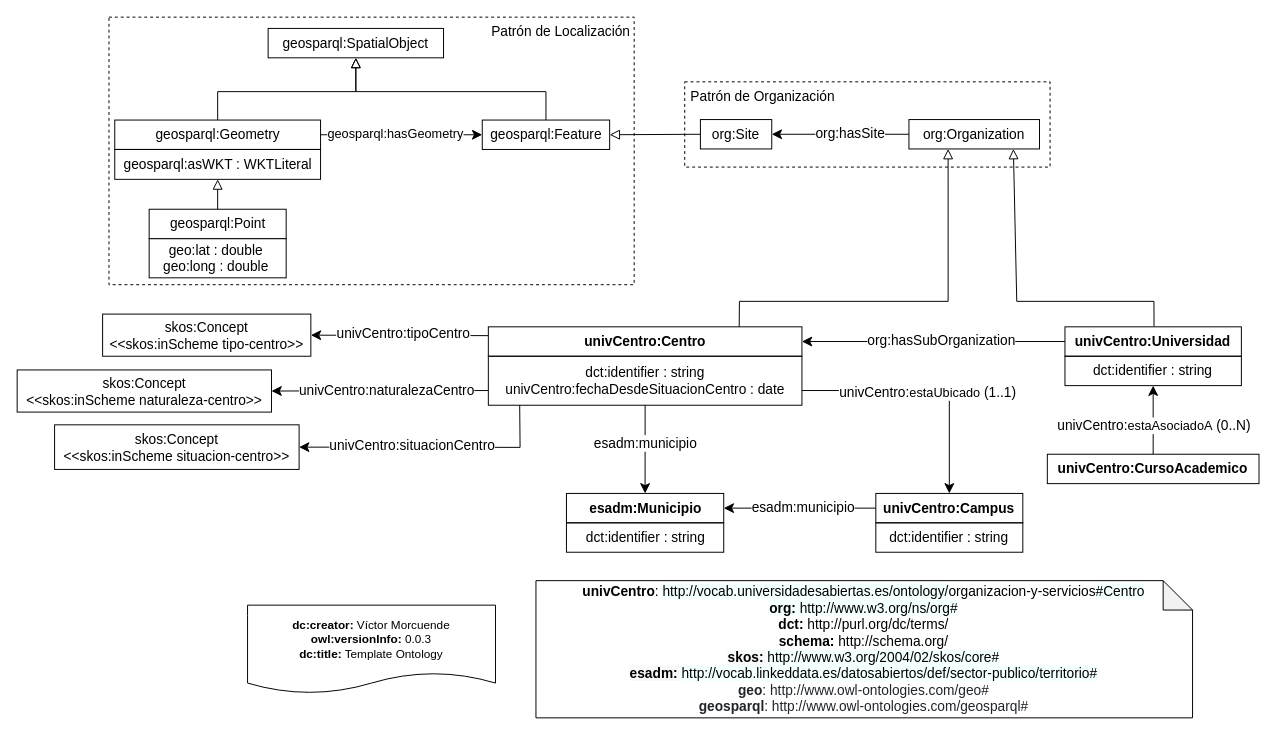
The draw.io diagram vocab-centros/Centro Diagrama_v3.drawio in openuniversitydata/organizacion-y-servicios, before the edit. Source tidied: cells renumbered, new cells numbered last; positions are measured from the earlier drawing's top-left corner, leaving out a move shared by most shapes. Both pictures are drawn from the tidied source at 98%, with x=0, y=0 at pixel (17, 17).
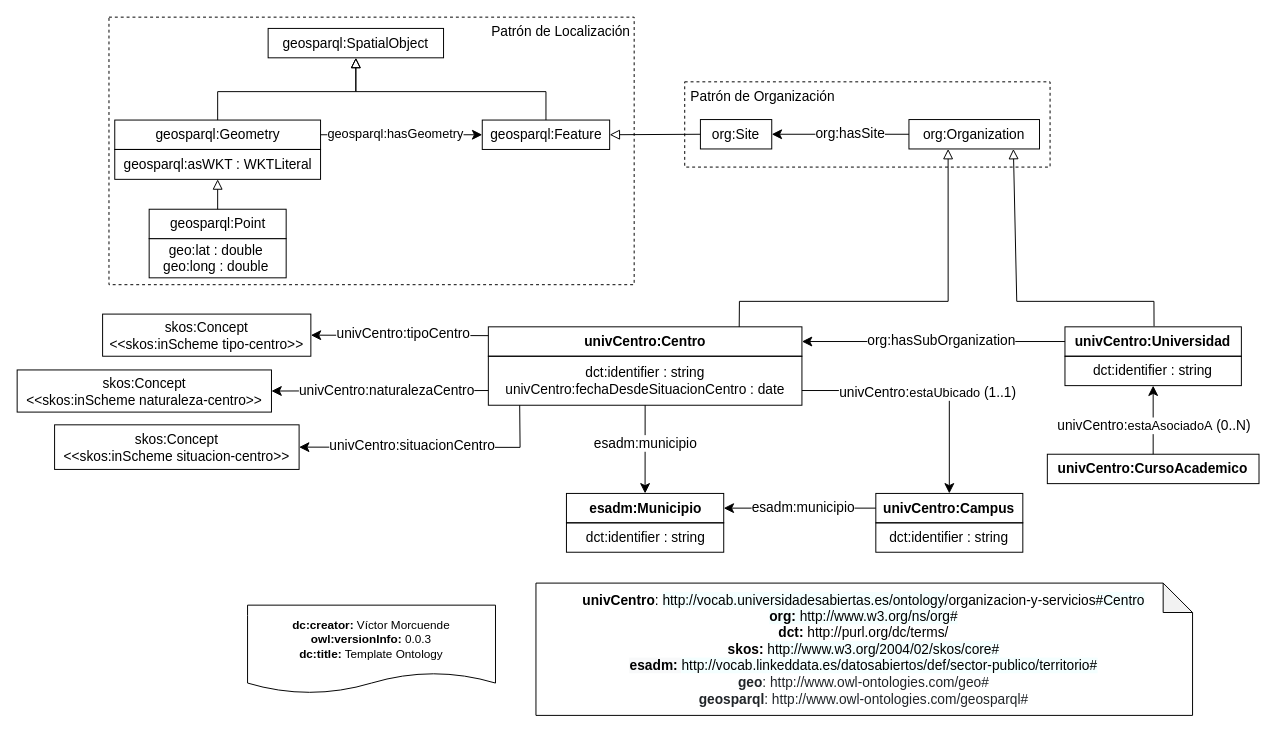
The same page after the edit.

Diff of the diagram source:
```diff
@@
-    <mxCell id="10" value="&lt;div&gt;&lt;font style=&quot;font-size: 14px&quot;&gt;&lt;b&gt;univCentro&lt;/b&gt;:&amp;nbsp;&lt;span style=&quot;text-align: left ; background-color: rgb(244 , 255 , 255)&quot;&gt;http://vocab.universidadesabiertas.es/ontology/&lt;/span&gt;organizacion-y-servicios&lt;span style=&quot;background-color: rgb(244 , 255 , 255)&quot;&gt;#Centro&lt;/span&gt;&lt;/font&gt;&lt;/div&gt;&lt;div&gt;&lt;font style=&quot;font-size: 14px&quot;&gt;&lt;span style=&quot;background-color: rgb(244 , 255 , 255)&quot;&gt;&lt;b&gt;org: &lt;/b&gt;http://www.w3.org/ns/org#&lt;/span&gt;&lt;/font&gt;&lt;/div&gt;&lt;div&gt;&lt;b&gt;dct: &lt;/b&gt;http://purl.org/dc/terms/&lt;br&gt;&lt;/div&gt;&lt;div&gt;&lt;b&gt;schema:&lt;/b&gt; http://schema.org/&lt;/div&gt;&lt;div&gt;&lt;/div&gt;&lt;span style=&quot;text-align: left&quot;&gt;&lt;div style=&quot;text-align: center&quot;&gt;&lt;span style=&quot;background-color: rgb(248 , 249 , 250)&quot;&gt;&lt;b&gt;skos:&amp;nbsp;&lt;/b&gt;&lt;/span&gt;&lt;span style=&quot;background-color: rgb(244 , 255 , 255)&quot;&gt;http://www.w3.org/2004/02/skos/core#&lt;/span&gt;&lt;/div&gt;&lt;/span&gt;&lt;div&gt;&lt;/div&gt;&lt;span style=&quot;text-align: left&quot;&gt;&lt;div style=&quot;text-align: center&quot;&gt;&lt;span style=&quot;background-color: rgb(248 , 249 , 250)&quot;&gt;&lt;b&gt;esadm:&lt;/b&gt;&amp;nbsp;&lt;/span&gt;&lt;span style=&quot;font-family: sans-serif ; background-color: rgb(244 , 255 , 255)&quot;&gt;http://vocab.linkeddata.es/datosabiertos/def/sector-publico/territorio#&lt;/span&gt;&lt;/div&gt;&lt;/span&gt;&lt;div&gt;&lt;font style=&quot;font-size: 14px&quot;&gt;&lt;span style=&quot;color: rgb(33 , 37 , 41) ; box-sizing: border-box&quot;&gt;&lt;b&gt;geo&lt;/b&gt;:&amp;nbsp;&lt;/span&gt;&lt;span style=&quot;color: rgb(33 , 37 , 41)&quot;&gt;http://www.owl-ontologies.com/geo#&lt;/span&gt;&lt;/font&gt;&lt;/div&gt;&lt;div&gt;&lt;font style=&quot;font-size: 14px&quot;&gt;&lt;span style=&quot;color: rgb(33 , 37 , 41) ; box-sizing: border-box&quot;&gt;&lt;b&gt;geosparql&lt;/b&gt;:&amp;nbsp;&lt;/span&gt;&lt;span style=&quot;color: rgb(33 , 37 , 41)&quot;&gt;http://www.owl-ontologies.com/geosparql#&lt;/span&gt;&lt;/font&gt;&lt;/div&gt;" style="shape=note;whiteSpace=wrap;html=1;backgroundOutline=1;darkOpacity=0.05;fontSize=14;fillColor=none;" parent="1" vertex="1">
-      <mxGeometry x="529.4" y="575" width="670" height="140" as="geometry" />
+    <mxCell id="10" value="&lt;div&gt;&lt;font style=&quot;font-size: 14px&quot;&gt;&lt;b&gt;univCentro&lt;/b&gt;:&amp;nbsp;&lt;span style=&quot;text-align: left ; background-color: rgb(244 , 255 , 255)&quot;&gt;http://vocab.universidadesabiertas.es/ontology/&lt;/span&gt;organizacion-y-servicios&lt;span style=&quot;background-color: rgb(244 , 255 , 255)&quot;&gt;#Centro&lt;/span&gt;&lt;/font&gt;&lt;/div&gt;&lt;div&gt;&lt;font style=&quot;font-size: 14px&quot;&gt;&lt;span style=&quot;background-color: rgb(244 , 255 , 255)&quot;&gt;&lt;b&gt;org: &lt;/b&gt;http://www.w3.org/ns/org#&lt;/span&gt;&lt;/font&gt;&lt;/div&gt;&lt;div&gt;&lt;b&gt;dct: &lt;/b&gt;http://purl.org/dc/terms/&lt;br&gt;&lt;/div&gt;&lt;div&gt;&lt;b&gt;skos:&amp;nbsp;&lt;/b&gt;&lt;span style=&quot;background-color: rgb(244 , 255 , 255)&quot;&gt;http://www.w3.org/2004/02/skos/core#&lt;/span&gt;&lt;br&gt;&lt;/div&gt;&lt;div&gt;&lt;/div&gt;&lt;span style=&quot;text-align: left&quot;&gt;&lt;div style=&quot;text-align: center&quot;&gt;&lt;span style=&quot;background-color: rgb(248 , 249 , 250)&quot;&gt;&lt;b&gt;esadm:&lt;/b&gt;&amp;nbsp;&lt;/span&gt;&lt;span style=&quot;font-family: sans-serif ; background-color: rgb(244 , 255 , 255)&quot;&gt;http://vocab.linkeddata.es/datosabiertos/def/sector-publico/territorio#&lt;/span&gt;&lt;/div&gt;&lt;/span&gt;&lt;div&gt;&lt;font style=&quot;font-size: 14px&quot;&gt;&lt;span style=&quot;color: rgb(33 , 37 , 41) ; box-sizing: border-box&quot;&gt;&lt;b&gt;geo&lt;/b&gt;:&amp;nbsp;&lt;/span&gt;&lt;span style=&quot;color: rgb(33 , 37 , 41)&quot;&gt;http://www.owl-ontologies.com/geo#&lt;/span&gt;&lt;/font&gt;&lt;/div&gt;&lt;div&gt;&lt;font style=&quot;font-size: 14px&quot;&gt;&lt;span style=&quot;color: rgb(33 , 37 , 41) ; box-sizing: border-box&quot;&gt;&lt;b&gt;geosparql&lt;/b&gt;:&amp;nbsp;&lt;/span&gt;&lt;span style=&quot;color: rgb(33 , 37 , 41)&quot;&gt;http://www.owl-ontologies.com/geosparql#&lt;/span&gt;&lt;/font&gt;&lt;/div&gt;" style="shape=note;whiteSpace=wrap;html=1;backgroundOutline=1;darkOpacity=0.05;fontSize=14;fillColor=none;" parent="1" vertex="1">
+      <mxGeometry x="529.4" y="577.5" width="670" height="135" as="geometry" />
     </mxCell>
```
